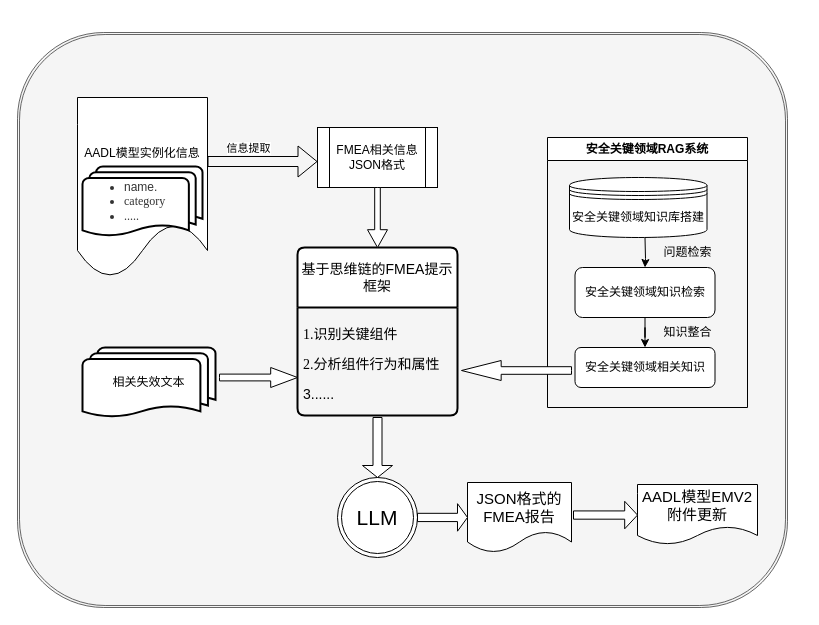
Above: 总体框架.drawio in taiwensaf/alisa-examples (draw.io), before the change. Source tidied: cells renumbered, new cells numbered last; positions are measured from the earlier drawing's top-left corner, leaving out a move shared by most shapes. Both pictures are drawn from the tidied source at 100%, with x=0, y=0 at pixel (17, 32).
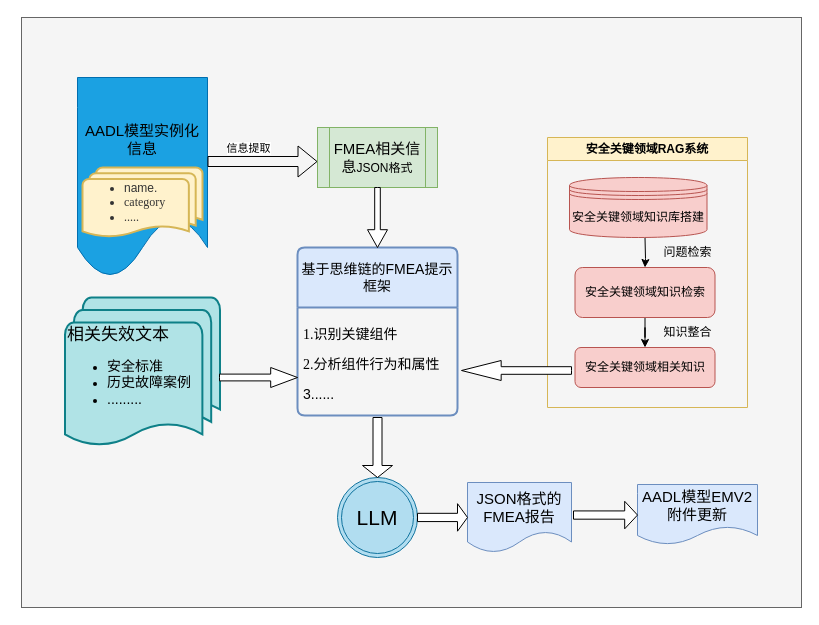
After the change.

Commit message:
更新总体框架.drawio

Diff of the diagram source:
```diff
@@
-    <mxCell id="2" style="shape=ext;double=1;rounded=1;whiteSpace=wrap;html=1;fillColor=#f5f5f5;fontColor=#333333;strokeColor=#666666;" parent="1" vertex="1">
-      <mxGeometry width="770" height="575" as="geometry" />
-    </mxCell>
+    <mxCell id="29" style="rounded=0;whiteSpace=wrap;html=1;fillColor=#f5f5f5;fontColor=#333333;strokeColor=#666666;" parent="1" vertex="1">
+      <mxGeometry x="4" y="-15" width="780" height="590" as="geometry" />
+    </mxCell>
-    <mxCell id="3" value="AADL模型实例化信息&lt;div&gt;&lt;br&gt;&lt;/div&gt;" style="shape=document;whiteSpace=wrap;html=1;boundedLbl=1;align=center;" parent="1" vertex="1">
-      <mxGeometry x="60" y="65" width="130" height="180" as="geometry" />
+    <mxCell id="3" value="&lt;font style=&quot;color: rgb(0, 0, 0); font-size: 15px;&quot;&gt;AADL模型实例化信息&lt;/font&gt;&lt;div&gt;&lt;br&gt;&lt;/div&gt;" style="shape=document;whiteSpace=wrap;html=1;boundedLbl=1;align=center;fillColor=#1ba1e2;fontColor=#ffffff;strokeColor=#006EAF;" parent="1" vertex="1">
+      <mxGeometry x="60" y="45" width="130" height="200" as="geometry" />
     </mxCell>
@@
-    <mxCell id="6" value="&lt;div&gt;FMEA相关信息&lt;span style=&quot;background-color: transparent; color: light-dark(rgb(0, 0, 0), rgb(255, 255, 255));&quot;&gt;JSON格式&lt;/span&gt;&lt;/div&gt;" style="shape=process;whiteSpace=wrap;html=1;backgroundOutline=1;" parent="1" vertex="1">
+    <mxCell id="6" value="&lt;div&gt;&lt;font style=&quot;font-size: 15px;&quot;&gt;FMEA相关信息&lt;/font&gt;&lt;span style=&quot;background-color: transparent; color: light-dark(rgb(0, 0, 0), rgb(255, 255, 255));&quot;&gt;JSON格式&lt;/span&gt;&lt;/div&gt;" style="shape=process;whiteSpace=wrap;html=1;backgroundOutline=1;fillColor=#d5e8d4;strokeColor=#82b366;" parent="1" vertex="1">
       <mxGeometry x="300" y="95" width="120" height="60" as="geometry" />
     </mxCell>
-    <mxCell id="7" value="安全关键领域RAG系统" style="swimlane;whiteSpace=wrap;html=1;" parent="1" vertex="1">
+    <mxCell id="7" value="安全关键领域RAG系统" style="swimlane;whiteSpace=wrap;html=1;fillColor=#fff2cc;strokeColor=#d6b656;" parent="1" vertex="1">
       <mxGeometry x="530" y="105" width="200" height="270" as="geometry" />
     </mxCell>
@@
-    <mxCell id="10" value="安全关键领域知识检索" style="rounded=1;whiteSpace=wrap;html=1;" parent="7" vertex="1">
+    <mxCell id="10" value="安全关键领域知识检索" style="rounded=1;whiteSpace=wrap;html=1;fillColor=#f8cecc;strokeColor=#b85450;" parent="7" vertex="1">
       <mxGeometry x="27.5" y="130" width="140" height="50" as="geometry" />
     </mxCell>
-    <mxCell id="11" value="安全关键领域相关知识" style="whiteSpace=wrap;html=1;rounded=1;" parent="7" vertex="1">
+    <mxCell id="11" value="安全关键领域相关知识" style="whiteSpace=wrap;html=1;rounded=1;fillColor=#f8cecc;strokeColor=#b85450;" parent="7" vertex="1">
       <mxGeometry x="27.5" y="210" width="140" height="40" as="geometry" />
     </mxCell>
@@
-    <mxCell id="14" value="&lt;span style=&quot;text-wrap-mode: nowrap;&quot;&gt;安全关键领域知识库搭建&lt;/span&gt;" style="shape=datastore;whiteSpace=wrap;html=1;" parent="7" vertex="1">
+    <mxCell id="14" value="&lt;span style=&quot;text-wrap-mode: nowrap;&quot;&gt;安全关键领域知识库搭建&lt;/span&gt;" style="shape=datastore;whiteSpace=wrap;html=1;fillColor=#f8cecc;strokeColor=#b85450;" parent="7" vertex="1">
       <mxGeometry x="22" y="40" width="137.5" height="60" as="geometry" />
     </mxCell>
-    <mxCell id="15" value="&lt;ul style=&quot;color: rgb(51, 51, 51); line-height: 2.4px;&quot;&gt;&lt;li&gt;name.&lt;/li&gt;&lt;li&gt;&lt;p class=&quot;MsoNormal&quot;&gt;&lt;span style=&quot;font-family: &amp;quot;Times New Roman&amp;quot;; line-height: 2.4px;&quot;&gt;category&lt;/span&gt;&lt;/p&gt;&lt;/li&gt;&lt;li&gt;&lt;p class=&quot;MsoNormal&quot;&gt;&lt;span style=&quot;font-family: &amp;quot;Times New Roman&amp;quot;; background-color: transparent; color: light-dark(rgb(51, 51, 51), rgb(193, 193, 193));&quot;&gt;.....&lt;/span&gt;&lt;/p&gt;&lt;/li&gt;&lt;/ul&gt;" style="strokeWidth=2;html=1;shape=mxgraph.flowchart.multi-document;whiteSpace=wrap;align=left;" parent="1" vertex="1">
-      <mxGeometry x="65" y="134" width="120" height="70" as="geometry" />
+    <mxCell id="15" value="&lt;ul style=&quot;color: rgb(51, 51, 51); line-height: 2.4px;&quot;&gt;&lt;li&gt;name.&lt;/li&gt;&lt;li&gt;&lt;p class=&quot;MsoNormal&quot;&gt;&lt;span style=&quot;font-family: &amp;quot;Times New Roman&amp;quot;; line-height: 2.4px;&quot;&gt;category&lt;/span&gt;&lt;/p&gt;&lt;/li&gt;&lt;li&gt;&lt;p class=&quot;MsoNormal&quot;&gt;&lt;span style=&quot;font-family: &amp;quot;Times New Roman&amp;quot;; background-color: transparent; color: light-dark(rgb(51, 51, 51), rgb(193, 193, 193));&quot;&gt;.....&lt;/span&gt;&lt;/p&gt;&lt;/li&gt;&lt;/ul&gt;" style="strokeWidth=2;html=1;shape=mxgraph.flowchart.multi-document;whiteSpace=wrap;align=left;fillColor=#fff2cc;strokeColor=#d6b656;" parent="1" vertex="1">
+      <mxGeometry x="65" y="135" width="120" height="70" as="geometry" />
     </mxCell>
-    <mxCell id="16" value="基于思维链的FMEA提示框架" style="swimlane;horizontal=1;startSize=60;rounded=1;fontSize=14;fontStyle=0;strokeWidth=2;shadow=0;dashed=0;align=center;arcSize=4;whiteSpace=wrap;html=1;" parent="1" vertex="1">
+    <mxCell id="16" value="基于思维链的FMEA提示框架" style="swimlane;horizontal=1;startSize=60;rounded=1;fontSize=14;fontStyle=0;strokeWidth=2;shadow=0;dashed=0;align=center;arcSize=4;whiteSpace=wrap;html=1;fillColor=#dae8fc;strokeColor=#6c8ebf;" parent="1" vertex="1">
       <mxGeometry x="280" y="215" width="160" height="168" as="geometry" />
     </mxCell>
@@
-    <mxCell id="21" value="&lt;span style=&quot;text-wrap-mode: nowrap;&quot;&gt;&lt;font&gt;相关失效文本&lt;/font&gt;&lt;/span&gt;" style="strokeWidth=2;html=1;shape=mxgraph.flowchart.multi-document;whiteSpace=wrap;align=center;" parent="1" vertex="1">
-      <mxGeometry x="65" y="315" width="133" height="70" as="geometry" />
+    <mxCell id="21" value="&lt;span style=&quot;text-wrap-mode: nowrap;&quot;&gt;&lt;font style=&quot;font-size: 17px;&quot;&gt;相关失效文本&lt;/font&gt;&lt;/span&gt;&lt;div style=&quot;&quot;&gt;&lt;ul&gt;&lt;li&gt;&lt;span style=&quot;font-size: 14px; text-wrap-mode: nowrap;&quot;&gt;安全标准&lt;/span&gt;&lt;/li&gt;&lt;li&gt;&lt;span style=&quot;font-size: 14px; text-wrap-mode: nowrap;&quot;&gt;历史故障案例&lt;/span&gt;&lt;/li&gt;&lt;li&gt;&lt;span style=&quot;font-size: 14px; text-wrap-mode: nowrap;&quot;&gt;.........&lt;/span&gt;&lt;/li&gt;&lt;/ul&gt;&lt;/div&gt;" style="strokeWidth=2;html=1;shape=mxgraph.flowchart.multi-document;whiteSpace=wrap;align=left;fillColor=#b0e3e6;strokeColor=#0e8088;" parent="1" vertex="1">
+      <mxGeometry x="47.5" y="265" width="155" height="150" as="geometry" />
     </mxCell>
@@
-    <mxCell id="23" value="&lt;font style=&quot;font-size: 21px;&quot;&gt;LLM&lt;/font&gt;" style="ellipse;shape=doubleEllipse;whiteSpace=wrap;html=1;" parent="1" vertex="1">
+    <mxCell id="23" value="&lt;font style=&quot;font-size: 21px;&quot;&gt;LLM&lt;/font&gt;" style="ellipse;shape=doubleEllipse;whiteSpace=wrap;html=1;fillColor=#b1ddf0;strokeColor=#10739e;" parent="1" vertex="1">
       <mxGeometry x="320" y="445" width="80" height="80" as="geometry" />
     </mxCell>
-    <mxCell id="24" value="&lt;font style=&quot;font-size: 15px;&quot;&gt;JSON格式的&lt;/font&gt;&lt;div&gt;&lt;font style=&quot;font-size: 15px;&quot;&gt;FMEA报告&lt;/font&gt;&lt;/div&gt;" style="shape=document;whiteSpace=wrap;html=1;boundedLbl=1;" parent="1" vertex="1">
+    <mxCell id="24" value="&lt;font style=&quot;font-size: 15px;&quot;&gt;JSON格式的&lt;/font&gt;&lt;div&gt;&lt;font style=&quot;font-size: 15px;&quot;&gt;FMEA报告&lt;/font&gt;&lt;/div&gt;" style="shape=document;whiteSpace=wrap;html=1;boundedLbl=1;fillColor=#dae8fc;strokeColor=#6c8ebf;" parent="1" vertex="1">
       <mxGeometry x="450" y="450" width="104" height="70" as="geometry" />
     </mxCell>
-    <mxCell id="25" value="&lt;font style=&quot;font-size: 15px;&quot;&gt;AADL模型EMV2附件更新&lt;/font&gt;" style="shape=document;whiteSpace=wrap;html=1;boundedLbl=1;" parent="1" vertex="1">
+    <mxCell id="25" value="&lt;font style=&quot;font-size: 15px;&quot;&gt;AADL模型EMV2附件更新&lt;/font&gt;" style="shape=document;whiteSpace=wrap;html=1;boundedLbl=1;fillColor=#dae8fc;strokeColor=#6c8ebf;" parent="1" vertex="1">
       <mxGeometry x="620" y="452" width="120" height="60" as="geometry" />
     </mxCell>
```
